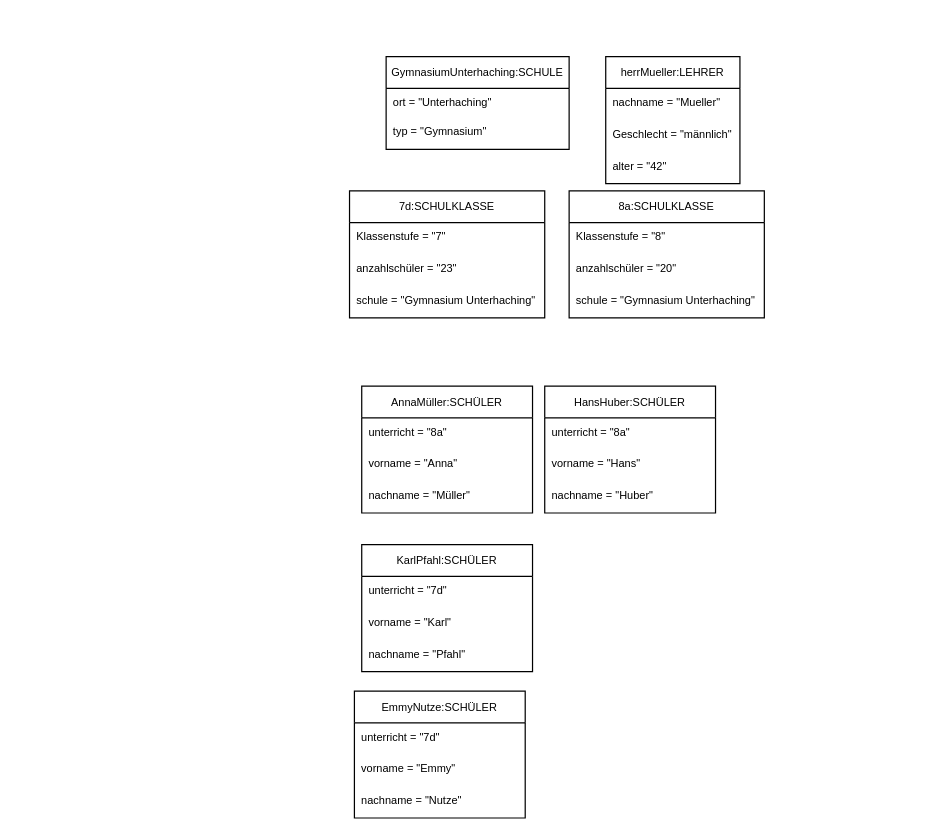
Before: Untitled Diagram.drawio in Sainaamr/figure, a draw.io diagram. Source tidied: cells renumbered, new cells numbered last; positions are measured from the earlier drawing's top-left corner, leaving out a move shared by most shapes. Both pictures are drawn from the tidied source at 122%, with x=0, y=0 at pixel (349, 56).
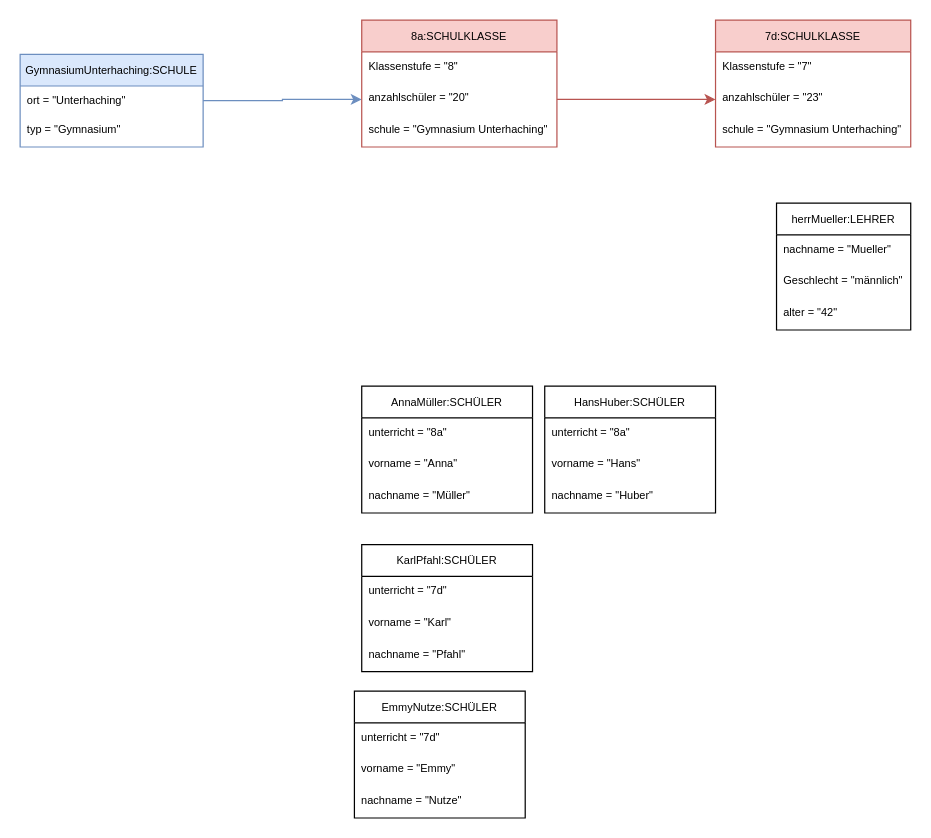
The same page after the edit.

Unchanged cells that the change refers to:
```xml
<mxCell id="11" value="anzahlschüler = &quot;23&quot;" style="text;strokeColor=none;fillColor=none;align=left;verticalAlign=top;spacingLeft=4;spacingRight=4;overflow=hidden;points=[[0,0.5],[1,0.5]];portConstraint=eastwest;fontSize=9;" parent="9" vertex="1">
  <mxGeometry y="52" width="160" height="26" as="geometry" />
</mxCell>
<mxCell id="15" value="anzahlschüler = &quot;20&quot;" style="text;strokeColor=none;fillColor=none;align=left;verticalAlign=top;spacingLeft=4;spacingRight=4;overflow=hidden;points=[[0,0.5],[1,0.5]];portConstraint=eastwest;fontSize=9;" parent="13" vertex="1">
  <mxGeometry y="52" width="160" height="26" as="geometry" />
</mxCell>
```

Change to the diagram source:
```diff
@@
+    <mxCell id="33" style="edgeStyle=orthogonalEdgeStyle;rounded=0;jettySize=auto;html=1;entryX=0;entryY=0.5;entryDx=0;entryDy=0;fontSize=9;fontColor=#FF99CC;fillColor=#dae8fc;strokeColor=#6c8ebf;" parent="1" edge="1" source="2" target="15">
+      <mxGeometry relative="1" as="geometry" />
+    </mxCell>
-    <mxCell id="2" value="GymnasiumUnterhaching:SCHULE" style="swimlane;fontStyle=0;horizontal=1;startSize=26;fontSize=9;" parent="1" vertex="1">
-      <mxGeometry x="30" width="150" height="76" as="geometry" />
+    <mxCell id="2" value="GymnasiumUnterhaching:SCHULE" style="swimlane;fontStyle=0;horizontal=1;startSize=26;fontSize=9;fillColor=#dae8fc;strokeColor=#6c8ebf;" parent="1" vertex="1">
+      <mxGeometry x="-270" y="-2" width="150" height="76" as="geometry" />
     </mxCell>
@@
     <mxCell id="5" value="herrMueller:LEHRER" style="swimlane;fontStyle=0;horizontal=1;startSize=26;fontSize=9;" parent="1" vertex="1">
-      <mxGeometry x="210" width="110" height="104" as="geometry" />
+      <mxGeometry x="350" y="120" width="110" height="104" as="geometry" />
     </mxCell>
@@
-    <mxCell id="9" value="7d:SCHULKLASSE" style="swimlane;fontStyle=0;horizontal=1;startSize=26;fontSize=9;" parent="1" vertex="1">
-      <mxGeometry y="110" width="160" height="104" as="geometry" />
+    <mxCell id="9" value="7d:SCHULKLASSE" style="swimlane;fontStyle=0;horizontal=1;startSize=26;fontSize=9;fillColor=#f8cecc;strokeColor=#b85450;" parent="1" vertex="1">
+      <mxGeometry x="300" y="-30" width="160" height="104" as="geometry" />
     </mxCell>
@@
-    <mxCell id="13" value="8a:SCHULKLASSE" style="swimlane;fontStyle=0;horizontal=1;startSize=26;fontSize=9;" parent="1" vertex="1">
-      <mxGeometry x="180" y="110" width="160" height="104" as="geometry" />
+    <mxCell id="13" value="8a:SCHULKLASSE" style="swimlane;fontStyle=0;horizontal=1;startSize=26;fontSize=9;fillColor=#f8cecc;strokeColor=#b85450;" parent="1" vertex="1">
+      <mxGeometry x="10" y="-30" width="160" height="104" as="geometry" />
     </mxCell>
@@
+    <mxCell id="34" style="edgeStyle=orthogonalEdgeStyle;rounded=0;jettySize=auto;html=1;entryX=0;entryY=0.5;entryDx=0;entryDy=0;fontSize=9;fontColor=#FF99CC;fillColor=#f8cecc;strokeColor=#b85450;" parent="1" edge="1" source="15" target="11">
+      <mxGeometry relative="1" as="geometry" />
+    </mxCell>
```
